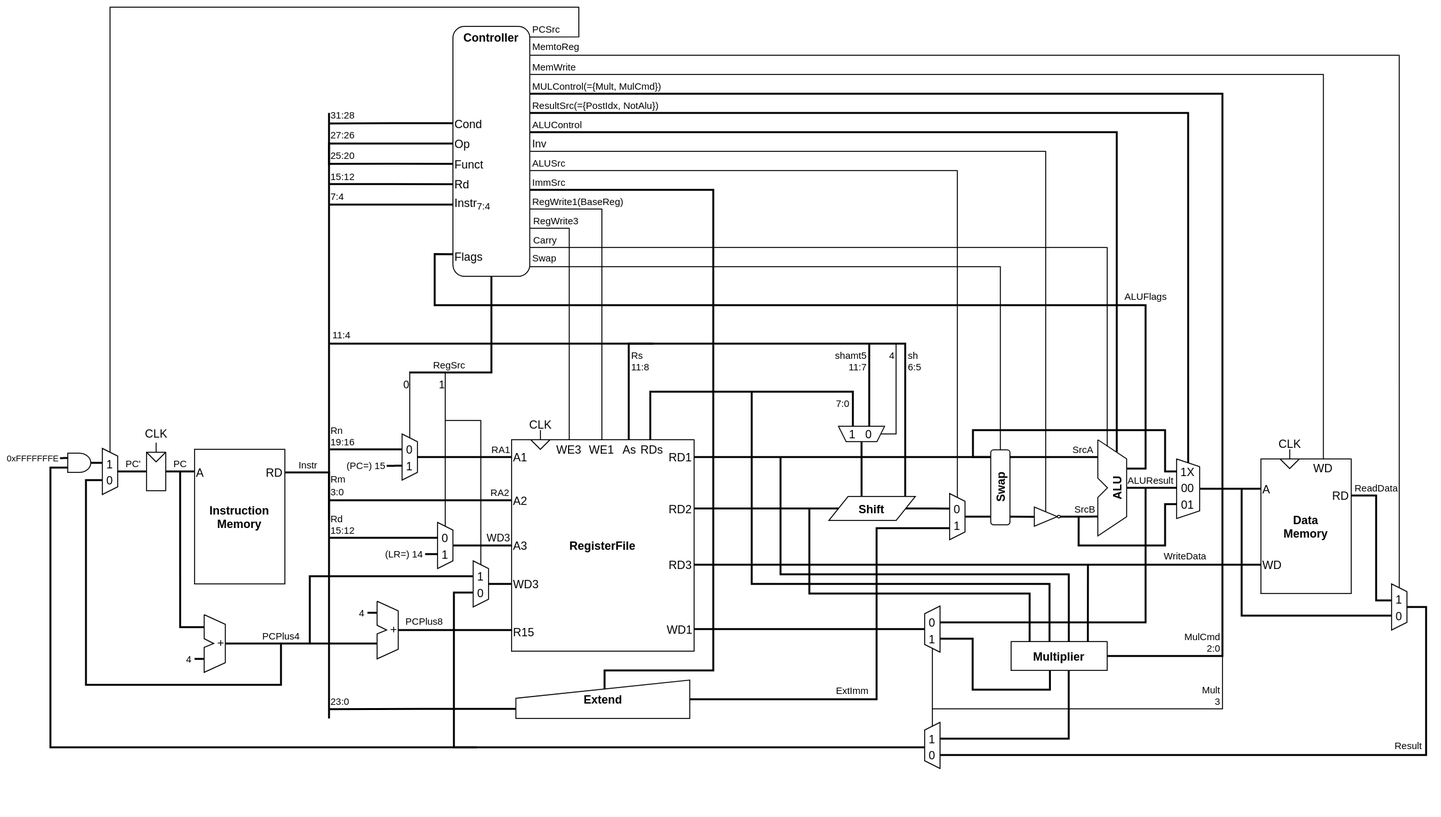
Above: asset/arm_cpu_diagram.drawio.png in takah29/arm-cpu (draw.io), before the change. Source tidied: cells renumbered, new cells last; positions are measured from the earlier drawing's top-left corner, leaving out a move shared by most shapes.
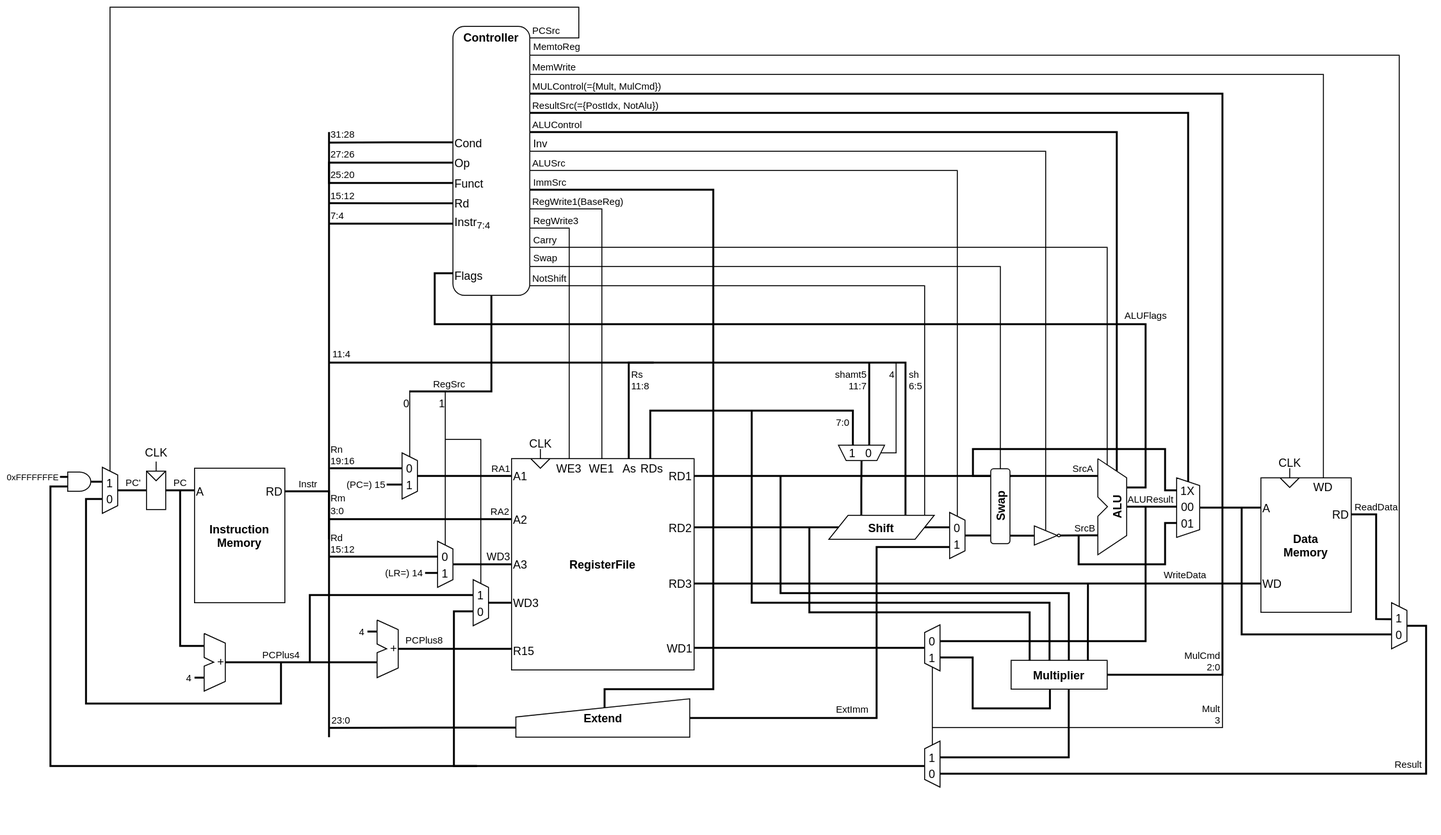
After the change.

Commit message:
図にNotShiftフラグを追加

Diff of the diagram source:
```diff
@@ -70,7 +70,7 @@
       <mxGeometry x="429" y="100" width="70" height="180" as="geometry" />
     </mxCell>
     <mxCell id="16" style="rounded=1;whiteSpace=wrap;html=1;" parent="15" vertex="1">
-      <mxGeometry x="-10" y="-80" width="80" height="260" as="geometry" />
+      <mxGeometry x="-10" y="-100" width="80" height="280" as="geometry" />
     </mxCell>
     <mxCell id="17" value="Op" style="text;html=1;strokeColor=none;fillColor=none;align=left;verticalAlign=middle;whiteSpace=wrap;rounded=0;" parent="15" vertex="1">
       <mxGeometry x="-10" y="31.2" width="30" height="21.2" as="geometry" />
@@ -87,9 +87,6 @@
     <mxCell id="21" value="Cond" style="text;html=1;strokeColor=none;fillColor=none;align=left;verticalAlign=middle;whiteSpace=wrap;rounded=0;" parent="15" vertex="1">
       <mxGeometry x="-10" y="10" width="40" height="21.2" as="geometry" />
     </mxCell>
-    <mxCell id="22" value="&lt;b&gt;Controller&lt;/b&gt;" style="text;html=1;strokeColor=none;fillColor=none;align=center;verticalAlign=middle;whiteSpace=wrap;rounded=0;" parent="15" vertex="1">
-      <mxGeometry x="10" y="-80" width="40" height="21.2" as="geometry" />
-    </mxCell>
     <mxCell id="23" value="Instr&lt;sub&gt;7:4&lt;/sub&gt;" style="text;html=1;strokeColor=none;fillColor=none;align=left;verticalAlign=middle;whiteSpace=wrap;rounded=0;" parent="15" vertex="1">
       <mxGeometry x="-10" y="94.7" width="30" height="21.2" as="geometry" />
     </mxCell>
@@ -167,7 +164,7 @@
         <mxPoint x="-7" as="offset" />
       </mxGeometry>
     </mxCell>
-    <mxCell id="38" style="edgeStyle=orthogonalEdgeStyle;rounded=0;jettySize=auto;html=1;endArrow=none;endFill=0;strokeWidth=2;exitX=0.883;exitY=0.001;exitDx=0;exitDy=0;exitPerimeter=0;" parent="1" edge="1" source="45">
+    <mxCell id="38" style="edgeStyle=orthogonalEdgeStyle;rounded=0;jettySize=auto;html=1;endArrow=none;endFill=0;strokeWidth=2;exitX=0.727;exitY=-0.001;exitDx=0;exitDy=0;exitPerimeter=0;" parent="1" edge="1" source="45">
       <mxGeometry relative="1" as="geometry">
         <mxPoint x="290" y="350" as="targetPoint" />
         <Array as="points">
@@ -185,7 +182,7 @@
         <mxPoint x="2.5" y="-42.3" as="offset" />
       </mxGeometry>
     </mxCell>
-    <mxCell id="41" style="edgeStyle=orthogonalEdgeStyle;rounded=0;jettySize=auto;html=1;exitX=1;exitY=0.5;exitDx=0;exitDy=0;entryX=0.325;entryY=0.962;entryDx=0;entryDy=0;entryPerimeter=0;endArrow=none;endFill=0;strokeWidth=2;" parent="1" edge="1" source="45" target="56">
+    <mxCell id="41" style="edgeStyle=orthogonalEdgeStyle;rounded=0;jettySize=auto;html=1;entryX=0.325;entryY=0.962;entryDx=0;entryDy=0;entryPerimeter=0;endArrow=none;endFill=0;strokeWidth=2;exitX=1;exitY=0.5;exitDx=0;exitDy=0;" parent="1" edge="1" source="45" target="56">
       <mxGeometry relative="1" as="geometry" />
     </mxCell>
     <mxCell id="42" style="edgeStyle=orthogonalEdgeStyle;rounded=0;jettySize=auto;html=1;exitX=0.5;exitY=0.1;exitDx=0;exitDy=0;endArrow=none;endFill=0;strokeWidth=2;fontSize=10;exitPerimeter=0;" parent="1" edge="1" source="153">
@@ -198,11 +195,11 @@
         <mxPoint x="-1" y="-24.6" as="offset" />
       </mxGeometry>
     </mxCell>
-    <mxCell id="44" style="edgeStyle=orthogonalEdgeStyle;rounded=0;jettySize=auto;html=1;exitX=0.378;exitY=-0.005;exitDx=0;exitDy=0;entryX=0.5;entryY=0;entryDx=0;entryDy=0;endArrow=none;endFill=0;strokeWidth=2;fontSize=10;exitPerimeter=0;" parent="1" edge="1" source="45" target="151">
+    <mxCell id="44" style="edgeStyle=orthogonalEdgeStyle;rounded=0;jettySize=auto;html=1;exitX=0.308;exitY=0.002;exitDx=0;exitDy=0;entryX=0.5;entryY=0;entryDx=0;entryDy=0;endArrow=none;endFill=0;strokeWidth=2;fontSize=10;exitPerimeter=0;" parent="1" edge="1" source="45" target="151">
       <mxGeometry relative="1" as="geometry" />
     </mxCell>
     <mxCell id="45" value="&lt;b&gt;Shift&lt;/b&gt;" style="shape=parallelogram;perimeter=parallelogramPerimeter;whiteSpace=wrap;html=1;fixedSize=1;" parent="1" vertex="1">
-      <mxGeometry x="810.3" y="509" width="90" height="25" as="geometry" />
+      <mxGeometry x="810.3" y="509" width="109.7" height="25" as="geometry" />
     </mxCell>
     <mxCell id="46" style="edgeStyle=orthogonalEdgeStyle;rounded=0;jettySize=auto;html=1;exitX=1;exitY=0.5;exitDx=0;exitDy=0;endArrow=none;endFill=0;strokeWidth=2;" parent="1" edge="1" source="96">
       <mxGeometry relative="1" as="geometry">
@@ -224,10 +221,10 @@
     </mxCell>
     <mxCell id="49" style="edgeStyle=orthogonalEdgeStyle;rounded=0;jettySize=auto;html=1;exitX=0.5;exitY=0;exitDx=0;exitDy=0;endArrow=none;endFill=0;strokeWidth=1;fontSize=10;" parent="1" edge="1" source="98">
       <mxGeometry relative="1" as="geometry">
-        <mxPoint x="499" y="230" as="targetPoint" />
+        <mxPoint x="499" y="210" as="targetPoint" />
         <Array as="points">
-          <mxPoint x="540" y="450" />
-          <mxPoint x="540" y="230" />
+          <mxPoint x="540" y="210" />
+          <mxPoint x="499" y="210" />
         </Array>
       </mxGeometry>
     </mxCell>
@@ -399,10 +396,10 @@
     </mxCell>
     <mxCell id="83" style="edgeStyle=orthogonalEdgeStyle;rounded=0;jettySize=auto;html=1;exitX=0;exitY=0.5;exitDx=0;exitDy=0;endArrow=none;endFill=0;strokeWidth=2;fontSize=10;" parent="1" edge="1" source="66">
       <mxGeometry relative="1" as="geometry">
-        <mxPoint x="499" y="110" as="targetPoint" />
+        <mxPoint x="499" y="90" as="targetPoint" />
         <Array as="points">
-          <mxPoint x="1094" y="110" />
-          <mxPoint x="499" y="110" />
+          <mxPoint x="1184" y="90" />
+          <mxPoint x="499" y="90" />
         </Array>
       </mxGeometry>
     </mxCell>
@@ -413,11 +410,12 @@
     </mxCell>
     <mxCell id="85" style="edgeStyle=orthogonalEdgeStyle;rounded=0;jettySize=auto;html=1;exitX=0.51;exitY=0.228;exitDx=0;exitDy=0;endArrow=none;endFill=0;strokeWidth=2;fontSize=10;exitPerimeter=0;" parent="1" edge="1" source="64">
       <mxGeometry relative="1" as="geometry">
-        <mxPoint x="499" y="190" as="targetPoint" />
+        <mxPoint x="499" y="170" as="targetPoint" />
         <Array as="points">
           <mxPoint x="577" y="690" />
           <mxPoint x="690" y="690" />
-          <mxPoint x="690" y="190" />
+          <mxPoint x="690" y="170" />
+          <mxPoint x="499" y="170" />
         </Array>
       </mxGeometry>
     </mxCell>
@@ -428,10 +426,10 @@
     </mxCell>
     <mxCell id="87" style="edgeStyle=orthogonalEdgeStyle;rounded=0;jettySize=auto;html=1;endArrow=none;endFill=0;strokeWidth=1;fontSize=10;exitX=0;exitY=0.5;exitDx=0;exitDy=0;" parent="1" edge="1" source="56">
       <mxGeometry relative="1" as="geometry">
-        <mxPoint x="499" y="170" as="targetPoint" />
+        <mxPoint x="499" y="150" as="targetPoint" />
         <Array as="points">
-          <mxPoint x="848" y="170" />
-          <mxPoint x="499" y="170" />
+          <mxPoint x="944" y="150" />
+          <mxPoint x="499" y="150" />
         </Array>
       </mxGeometry>
     </mxCell>
@@ -771,10 +769,10 @@
     <mxCell id="161" style="edgeStyle=orthogonalEdgeStyle;rounded=0;orthogonalLoop=1;jettySize=auto;html=1;endArrow=none;endFill=0;strokeWidth=2;fontSize=10;" parent="1" edge="1">
       <mxGeometry relative="1" as="geometry">
         <mxPoint x="1110" y="463" as="sourcePoint" />
-        <mxPoint x="499" y="130" as="targetPoint" />
+        <mxPoint x="499" y="110" as="targetPoint" />
         <Array as="points">
-          <mxPoint x="1110" y="463" />
-          <mxPoint x="1110" y="130" />
+          <mxPoint x="1110" y="110" />
+          <mxPoint x="499" y="110" />
         </Array>
       </mxGeometry>
     </mxCell>
@@ -785,10 +783,10 @@
     </mxCell>
     <mxCell id="163" style="edgeStyle=orthogonalEdgeStyle;rounded=0;jettySize=auto;html=1;exitX=0.692;exitY=-0.001;exitDx=0;exitDy=0;endArrow=none;endFill=0;strokeWidth=1;fontSize=7;exitPerimeter=0;" parent="1" edge="1" source="109">
       <mxGeometry relative="1" as="geometry">
-        <mxPoint x="499" y="70" as="targetPoint" />
+        <mxPoint x="499" y="50" as="targetPoint" />
         <Array as="points">
-          <mxPoint x="1325" y="70" />
-          <mxPoint x="499" y="70" />
+          <mxPoint x="1325" y="50" />
+          <mxPoint x="499" y="50" />
         </Array>
       </mxGeometry>
     </mxCell>
@@ -799,10 +797,10 @@
     </mxCell>
     <mxCell id="165" style="edgeStyle=orthogonalEdgeStyle;rounded=0;jettySize=auto;html=1;exitX=0.083;exitY=0.5;exitDx=0;exitDy=0;endArrow=none;endFill=0;strokeWidth=1;fontSize=7;exitPerimeter=0;" parent="1" edge="1" source="77">
       <mxGeometry relative="1" as="geometry">
-        <mxPoint x="499" y="50" as="targetPoint" />
+        <mxPoint x="499" y="30" as="targetPoint" />
         <Array as="points">
-          <mxPoint x="1404" y="50" />
-          <mxPoint x="499" y="50" />
+          <mxPoint x="1404" y="30" />
+          <mxPoint x="499" y="30" />
         </Array>
       </mxGeometry>
     </mxCell>
@@ -814,9 +812,10 @@
     <mxCell id="167" style="edgeStyle=orthogonalEdgeStyle;rounded=0;jettySize=auto;html=1;endArrow=none;endFill=0;strokeWidth=1;fontSize=7;exitX=0;exitY=0.5;exitDx=0;exitDy=0;entryX=1.002;entryY=0.042;entryDx=0;entryDy=0;entryPerimeter=0;" parent="1" edge="1" source="133" target="16">
       <mxGeometry relative="1" as="geometry">
         <Array as="points">
-          <mxPoint x="62" />
-          <mxPoint x="550" />
-          <mxPoint x="550" y="31" />
+          <mxPoint x="62" y="-20" />
+          <mxPoint x="550" y="-20" />
+          <mxPoint x="550" y="12" />
+          <mxPoint x="499" y="12" />
         </Array>
       </mxGeometry>
     </mxCell>
@@ -828,10 +827,10 @@
     <mxCell id="169" style="edgeStyle=orthogonalEdgeStyle;rounded=0;orthogonalLoop=1;jettySize=auto;html=1;endArrow=none;endFill=0;strokeWidth=1;fontSize=10;" parent="1" edge="1">
       <mxGeometry relative="1" as="geometry">
         <mxPoint x="1100" y="457" as="sourcePoint" />
-        <mxPoint x="499" y="250" as="targetPoint" />
+        <mxPoint x="499" y="230" as="targetPoint" />
         <Array as="points">
-          <mxPoint x="1100" y="457" />
-          <mxPoint x="1100" y="250" />
+          <mxPoint x="1100" y="230" />
+          <mxPoint x="499" y="230" />
         </Array>
       </mxGeometry>
     </mxCell>
@@ -868,9 +867,10 @@
     </mxCell>
     <mxCell id="175" style="edgeStyle=orthogonalEdgeStyle;rounded=0;jettySize=auto;html=1;exitX=1;exitY=0.5;exitDx=0;exitDy=0;fontSize=10;endArrow=none;endFill=0;" parent="1" edge="1" source="187">
       <mxGeometry relative="1" as="geometry">
-        <mxPoint x="499" y="270" as="targetPoint" />
+        <mxPoint x="499" y="250" as="targetPoint" />
         <Array as="points">
-          <mxPoint x="989" y="270" />
+          <mxPoint x="989" y="250" />
+          <mxPoint x="499" y="250" />
         </Array>
       </mxGeometry>
     </mxCell>
@@ -900,9 +900,10 @@
     </mxCell>
     <mxCell id="181" style="edgeStyle=orthogonalEdgeStyle;rounded=0;jettySize=auto;html=1;endArrow=none;endFill=0;strokeWidth=1;fontSize=11;entryX=0.455;entryY=0.24;entryDx=0;entryDy=0;entryPerimeter=0;" parent="1" edge="1" target="178">
       <mxGeometry relative="1" as="geometry">
-        <mxPoint x="499" y="150" as="sourcePoint" />
+        <mxPoint x="499" y="130" as="sourcePoint" />
         <Array as="points">
-          <mxPoint x="1036" y="150" />
+          <mxPoint x="499" y="130" />
+          <mxPoint x="1036" y="130" />
           <mxPoint x="1036" y="525" />
         </Array>
       </mxGeometry>
@@ -926,9 +927,10 @@
     </mxCell>
     <mxCell id="184" style="edgeStyle=orthogonalEdgeStyle;rounded=0;jettySize=auto;html=1;exitX=0.5;exitY=0;exitDx=0;exitDy=0;endArrow=none;endFill=0;strokeWidth=1;" parent="1" edge="1" source="106">
       <mxGeometry relative="1" as="geometry">
-        <mxPoint x="499" y="210" as="targetPoint" />
+        <mxPoint x="499" y="190" as="targetPoint" />
         <Array as="points">
-          <mxPoint x="574" y="210" />
+          <mxPoint x="574" y="190" />
+          <mxPoint x="499" y="190" />
         </Array>
       </mxGeometry>
     </mxCell>
@@ -1037,10 +1039,10 @@
     </mxCell>
     <mxCell id="206" style="edgeStyle=orthogonalEdgeStyle;rounded=0;jettySize=auto;html=1;entryX=1;entryY=0.5;entryDx=0;entryDy=0;endArrow=none;endFill=0;strokeWidth=2;" parent="1" edge="1" target="193">
       <mxGeometry relative="1" as="geometry">
-        <mxPoint x="499" y="90" as="sourcePoint" />
+        <mxPoint x="499" y="70" as="sourcePoint" />
         <Array as="points">
-          <mxPoint x="499" y="90" />
-          <mxPoint x="1220" y="90" />
+          <mxPoint x="499" y="70" />
+          <mxPoint x="1220" y="70" />
           <mxPoint x="1220" y="675" />
         </Array>
       </mxGeometry>
@@ -1179,5 +1181,22 @@
         </Array>
       </mxGeometry>
     </mxCell>
+    <mxCell id="22" value="&lt;b&gt;Controller&lt;/b&gt;" style="text;html=1;strokeColor=none;fillColor=none;align=center;verticalAlign=middle;whiteSpace=wrap;rounded=0;" parent="1" vertex="1">
+      <mxGeometry x="439" width="40" height="21.2" as="geometry" />
+    </mxCell>
+    <mxCell id="236" style="edgeStyle=orthogonalEdgeStyle;rounded=0;jettySize=auto;html=1;endArrow=none;endFill=0;strokeWidth=1;fontSize=10;exitX=0;exitY=0.5;exitDx=0;exitDy=0;entryX=1.001;entryY=0.964;entryDx=0;entryDy=0;entryPerimeter=0;" parent="1" edge="1" target="16">
+      <mxGeometry relative="1" as="geometry">
+        <mxPoint x="910" y="509" as="sourcePoint" />
+        <Array as="points">
+          <mxPoint x="910" y="270" />
+          <mxPoint x="499" y="270" />
+        </Array>
+      </mxGeometry>
+    </mxCell>
+    <mxCell id="237" value="NotShift" style="edgeLabel;html=1;align=left;verticalAlign=bottom;fontSize=10;labelBackgroundColor=none;" parent="236" vertex="1">
+      <mxGeometry x="0.94" relative="1" as="geometry">
+        <mxPoint x="-20.4" as="offset" />
+      </mxGeometry>
+    </mxCell>
   </root>
 </mxGraphModel>
```
